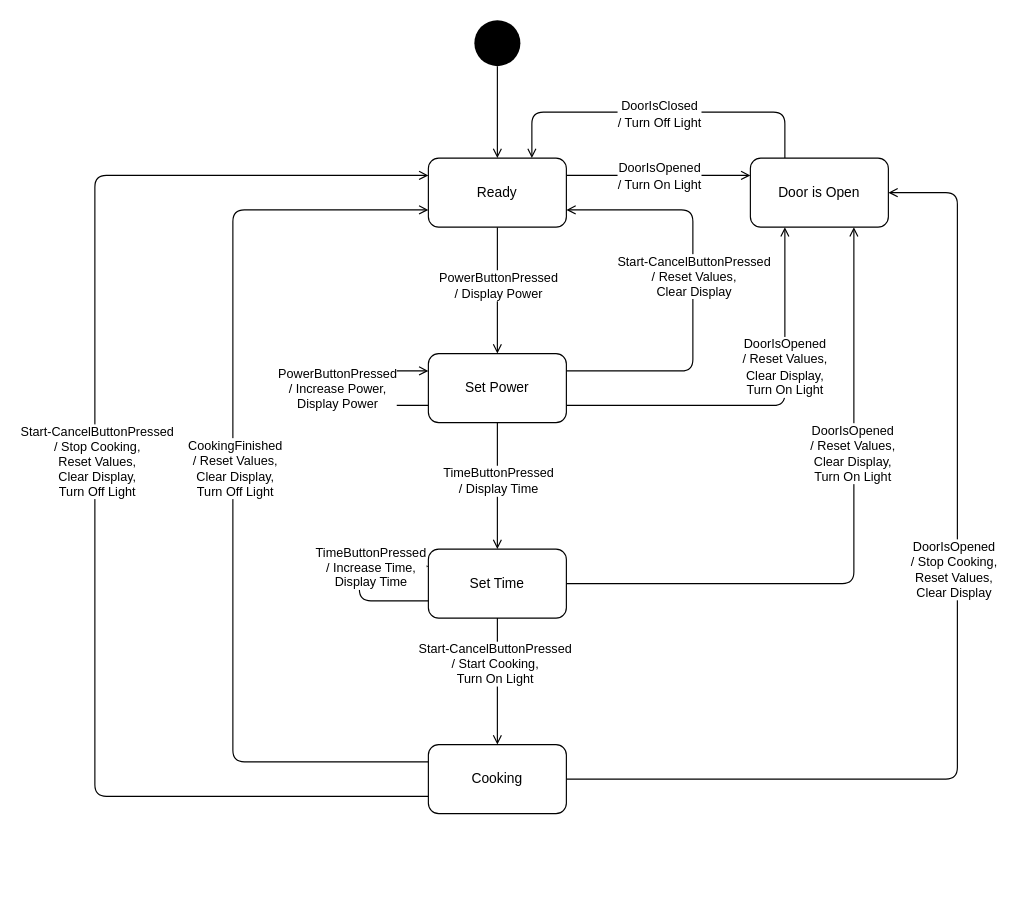
Before: docs/figs/stateMachine.drawio in bedstitest/handin03_MicrowaveOven, a draw.io diagram. Source tidied: cells renumbered, new cells numbered last; positions are measured from the earlier drawing's top-left corner, leaving out a move shared by most shapes. Both pictures are drawn from the tidied source at 115%, with x=0, y=0 at pixel (94, 20).
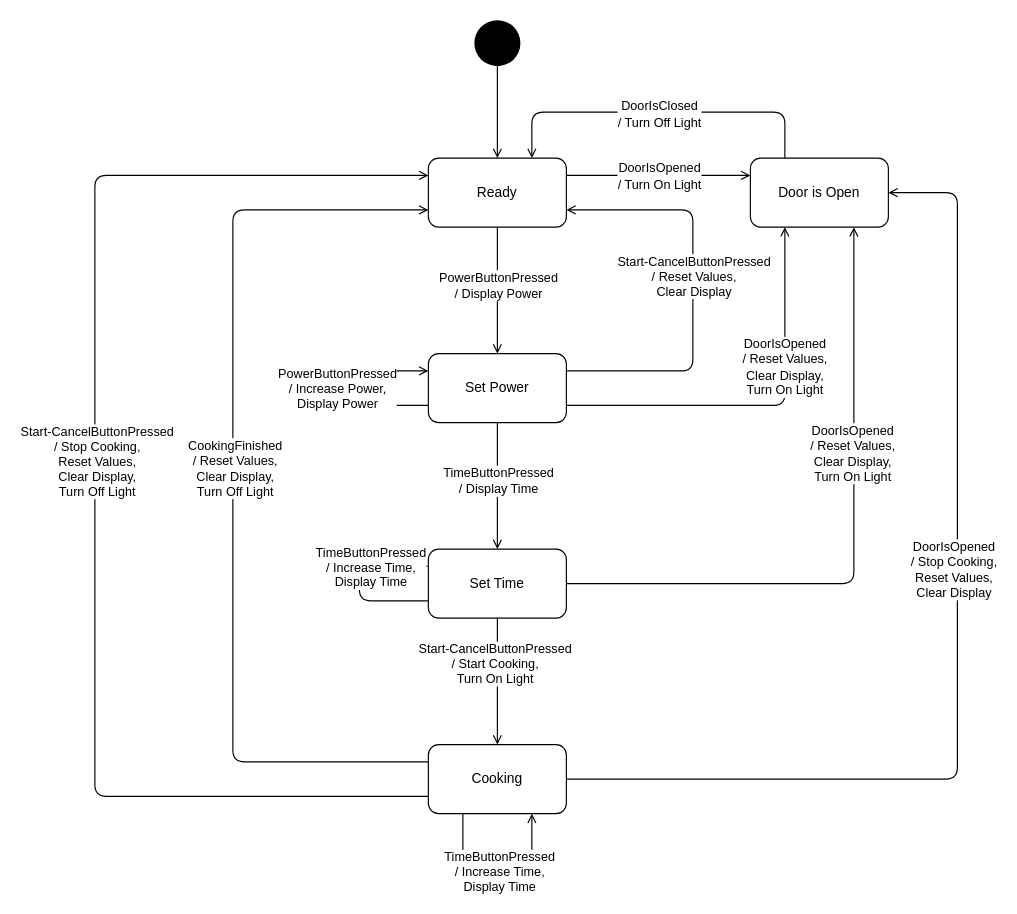
The same diagram, later.

Commit message:
Added feature/timeChange to STM

The change refers to these unchanged cells:
```xml
<mxCell id="27" value="Cooking" style="rounded=1;whiteSpace=wrap;html=1;" parent="1" vertex="1">
  <mxGeometry x="290" y="630" width="120" height="60" as="geometry" />
</mxCell>
```

What changed in the source:
```diff
@@
+    <mxCell id="35" style="edgeStyle=orthogonalEdgeStyle;html=1;exitX=0.25;exitY=1;exitDx=0;exitDy=0;endArrow=open;endFill=0;entryX=0.75;entryY=1;entryDx=0;entryDy=0;" parent="1" edge="1" source="27" target="27">
+      <mxGeometry relative="1" as="geometry">
+        <Array as="points">
+          <mxPoint x="320" y="750" />
+          <mxPoint x="380" y="750" />
+        </Array>
+      </mxGeometry>
+    </mxCell>
+    <mxCell id="36" value="TimeButtonPressed&lt;br&gt;/ Increase Time,&lt;br&gt;Display Time" style="edgeLabel;html=1;align=center;verticalAlign=middle;" parent="35" vertex="1">
+      <mxGeometry x="-0.17" y="-1" relative="1" as="geometry">
+        <mxPoint x="16" y="-11" as="offset" />
+      </mxGeometry>
+    </mxCell>
```
